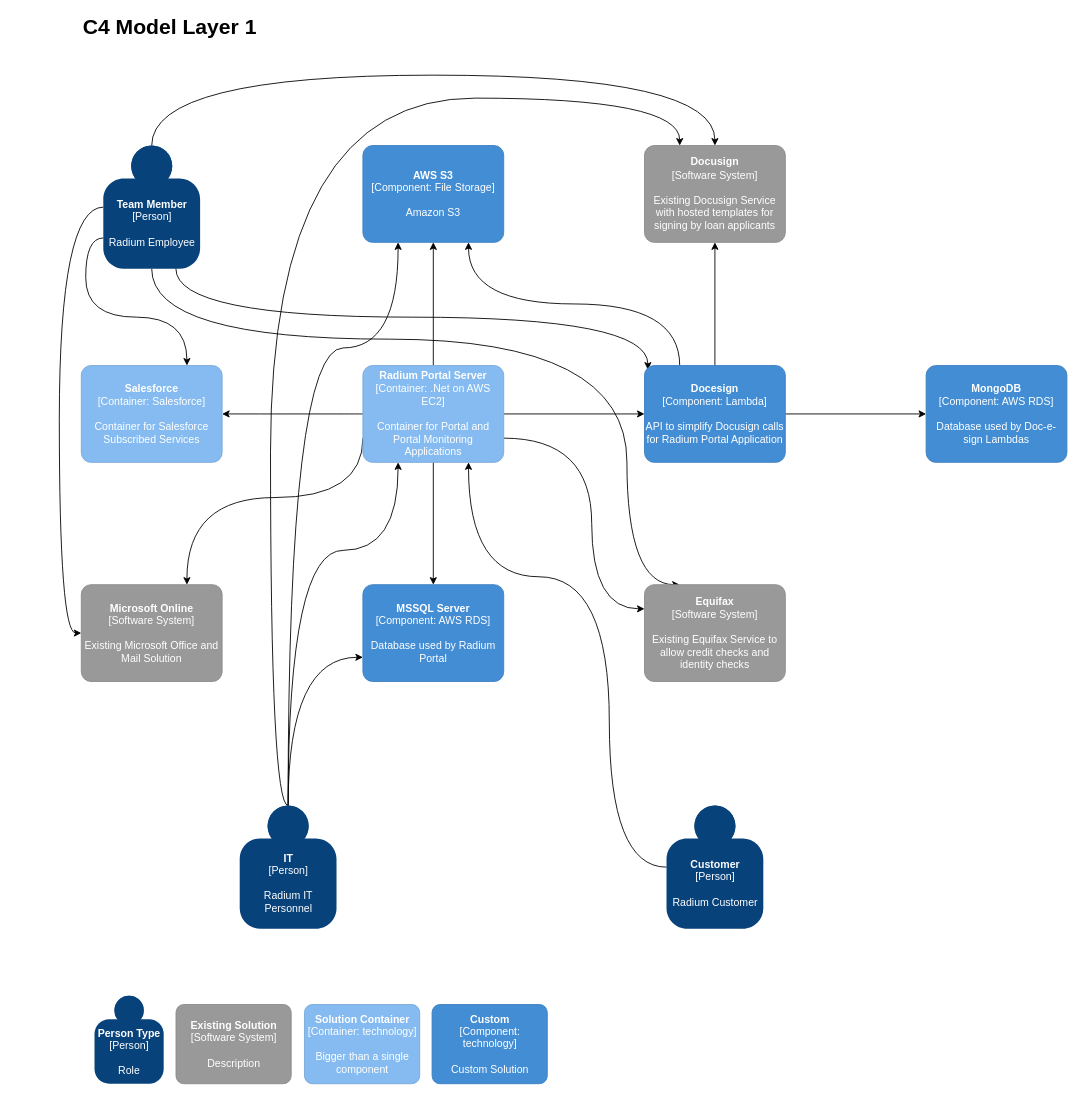
This is page "Layer 1" (1 of 2) of Untitled Diagram.drawio from holmesrg/testonly, a draw.io file, before an edit. Source tidied: cells renumbered, new cells numbered last; positions are measured from the earlier drawing's top-left corner, leaving out a move shared by most shapes. Both pictures are drawn from the tidied source at 88%, with x=0, y=0 at pixel (59, 18).
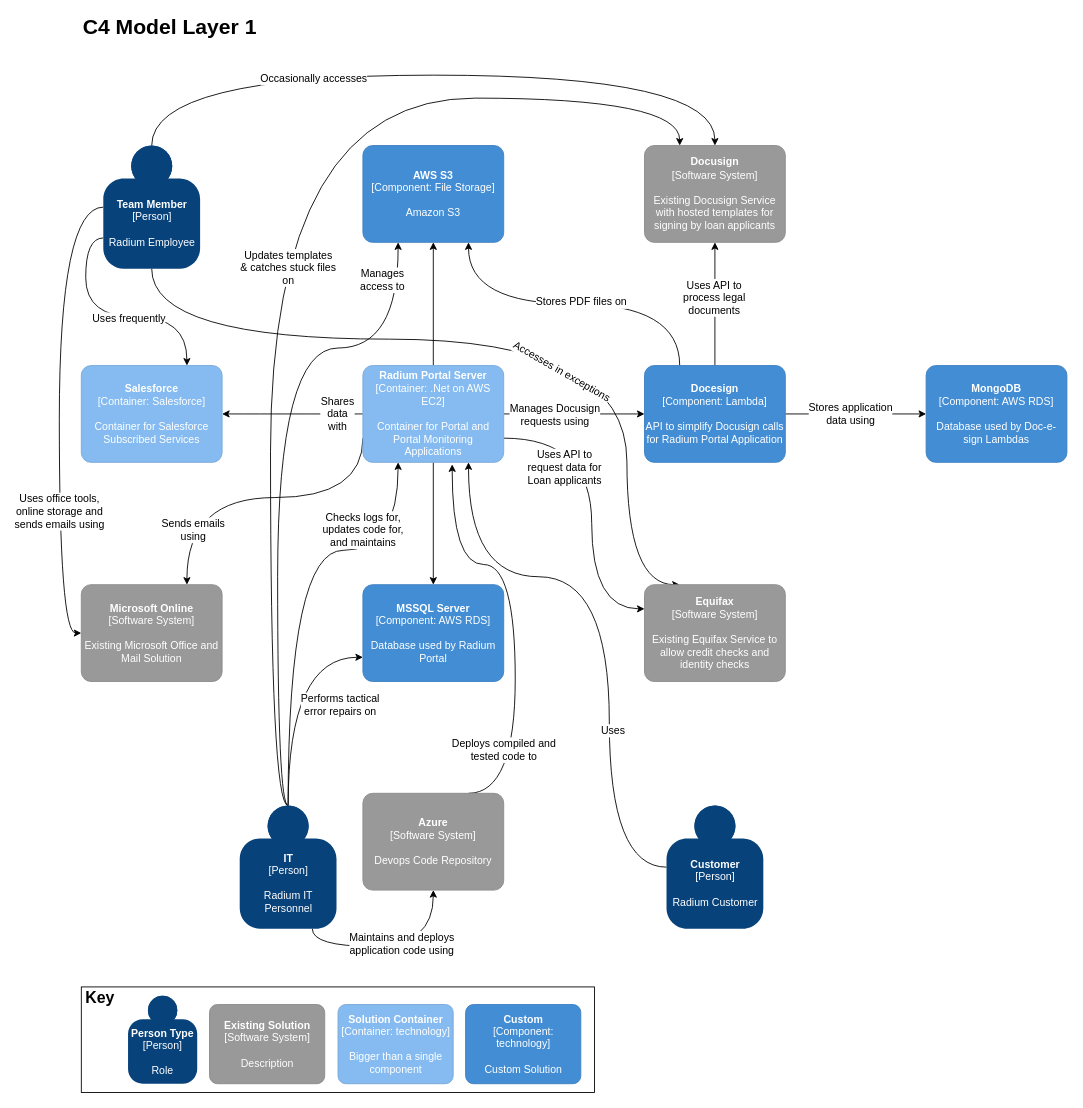
Above is the later version.

Unchanged cells that the change refers to:
```xml
<mxCell id="2" style="edgeStyle=orthogonalEdgeStyle;curved=1;rounded=0;jettySize=auto;html=1;exitX=0;exitY=0.75;exitDx=0;exitDy=0;exitPerimeter=0;entryX=0.75;entryY=0;entryDx=0;entryDy=0;entryPerimeter=0;startArrow=none;startFill=0;endArrow=classic;endFill=1;" parent="1" edge="1" source="7" target="16">
  <mxGeometry relative="1" as="geometry" />
</mxCell>
<mxCell id="3" style="edgeStyle=orthogonalEdgeStyle;curved=1;rounded=0;jettySize=auto;html=1;exitX=0.5;exitY=1;exitDx=0;exitDy=0;exitPerimeter=0;entryX=0.25;entryY=0;entryDx=0;entryDy=0;entryPerimeter=0;startArrow=none;startFill=0;endArrow=classic;endFill=1;" parent="1" edge="1" source="7" target="14">
  <mxGeometry relative="1" as="geometry">
    <Array as="points">
      <mxPoint x="104.9" y="363.9" />
      <mxPoint x="644.9" y="363.9" />
      <mxPoint x="644.9" y="642.9" />
    </Array>
  </mxGeometry>
</mxCell>
<mxCell id="5" style="edgeStyle=orthogonalEdgeStyle;curved=1;rounded=0;jettySize=auto;html=1;exitX=0.5;exitY=0;exitDx=0;exitDy=0;exitPerimeter=0;entryX=0.5;entryY=0;entryDx=0;entryDy=0;entryPerimeter=0;startArrow=none;startFill=0;endArrow=classic;endFill=1;" parent="1" edge="1" source="7" target="13">
  <mxGeometry relative="1" as="geometry">
    <Array as="points">
      <mxPoint x="104.9" y="63.9" />
      <mxPoint x="744.9" y="63.9" />
    </Array>
  </mxGeometry>
</mxCell>
<mxCell id="6" style="edgeStyle=orthogonalEdgeStyle;curved=1;rounded=0;jettySize=auto;html=1;exitX=0;exitY=0.5;exitDx=0;exitDy=0;exitPerimeter=0;entryX=0;entryY=0.5;entryDx=0;entryDy=0;entryPerimeter=0;startArrow=none;startFill=0;endArrow=classic;endFill=1;fontSize=24;" parent="1" edge="1" source="7" target="15">
  <mxGeometry relative="1" as="geometry">
    <Array as="points">
      <mxPoint x="-0.1" y="214" />
      <mxPoint x="-0.1" y="698" />
    </Array>
  </mxGeometry>
</mxCell>
<object id="7" label="&lt;b&gt;%c4Name%&lt;/b&gt;&lt;div&gt;[%c4Type%]&lt;/div&gt;&lt;br&gt;&lt;div&gt;%c4Description%&lt;/div&gt;" c4Description="Radium Employee" c4Name="Team Member" c4Type="Person" placeholders="1">
  <mxCell style="html=1;dashed=0;whitespace=wrap;fillColor=#08427b;strokeColor=none;fontColor=#ffffff;shape=mxgraph.c4.person;align=center;points=[[0.5,0,0],[1,0.5,0],[1,0.75,0],[0.75,1,0],[0.5,1,0],[0.25,1,0],[0,0.75,0],[0,0.5,0]];metaData={&quot;c4Type&quot;:{&quot;editable&quot;:false}};" parent="1" vertex="1">
    <mxGeometry x="49.9" y="143.9" width="110" height="140" as="geometry" />
  </mxCell>
</object>
<object id="8" label="&lt;b&gt;%c4Name%&lt;/b&gt;&lt;div&gt;[%c4Type%: %c4Technology%]&lt;/div&gt;&lt;br&gt;&lt;div&gt;%c4Description%&lt;/div&gt;" c4Description="Amazon S3" c4Name="AWS S3" c4Technology="File Storage" c4Type="Component" placeholders="1">
  <mxCell style="rounded=1;whiteSpace=wrap;html=1;labelBackgroundColor=none;fillColor=#438DD5;fontColor=#ffffff;align=center;arcSize=10;strokeColor=#3C7FC0;metaData={&quot;c4Type&quot;:{&quot;editable&quot;:false}};points=[[0.25,0,0],[0.5,0,0],[0.75,0,0],[1,0.25,0],[1,0.5,0],[1,0.75,0],[0.75,1,0],[0.5,1,0],[0.25,1,0],[0,0.75,0],[0,0.5,0],[0,0.25,0]];" parent="1" vertex="1">
    <mxGeometry x="344.9" y="143.9" width="160" height="110" as="geometry" />
  </mxCell>
</object>
<mxCell id="9" style="edgeStyle=orthogonalEdgeStyle;rounded=0;jettySize=auto;html=1;exitX=0.5;exitY=0;exitDx=0;exitDy=0;exitPerimeter=0;entryX=0.5;entryY=1;entryDx=0;entryDy=0;entryPerimeter=0;" parent="1" edge="1" source="12" target="13">
  <mxGeometry relative="1" as="geometry" />
</mxCell>
<mxCell id="10" style="edgeStyle=orthogonalEdgeStyle;rounded=0;jettySize=auto;html=1;exitX=1;exitY=0.5;exitDx=0;exitDy=0;exitPerimeter=0;" parent="1" edge="1" source="12" target="17">
  <mxGeometry relative="1" as="geometry" />
</mxCell>
<mxCell id="11" style="edgeStyle=orthogonalEdgeStyle;rounded=0;jettySize=auto;html=1;exitX=0.25;exitY=0;exitDx=0;exitDy=0;exitPerimeter=0;entryX=0.75;entryY=1;entryDx=0;entryDy=0;entryPerimeter=0;curved=1;" parent="1" edge="1" source="12" target="8">
  <mxGeometry relative="1" as="geometry" />
</mxCell>
<object id="12" label="&lt;b&gt;%c4Name%&lt;/b&gt;&lt;div&gt;[%c4Type%: %c4Technology%]&lt;/div&gt;&lt;br&gt;&lt;div&gt;%c4Description%&lt;/div&gt;" c4Description="API to simplify Docusign calls for Radium Portal Application" c4Name="Docesign" c4Technology="Lambda" c4Type="Component" placeholders="1">
  <mxCell style="rounded=1;whiteSpace=wrap;html=1;labelBackgroundColor=none;fillColor=#438DD5;fontColor=#ffffff;align=center;arcSize=10;strokeColor=#3C7FC0;metaData={&quot;c4Type&quot;:{&quot;editable&quot;:false}};points=[[0.25,0,0],[0.5,0,0],[0.75,0,0],[1,0.25,0],[1,0.5,0],[1,0.75,0],[0.75,1,0],[0.5,1,0],[0.25,1,0],[0,0.75,0],[0,0.5,0],[0,0.25,0]];" parent="1" vertex="1">
    <mxGeometry x="664.9" y="393.9" width="160" height="110" as="geometry" />
  </mxCell>
</object>
<mxCell id="20" style="edgeStyle=orthogonalEdgeStyle;rounded=0;jettySize=auto;html=1;exitX=1;exitY=0.5;exitDx=0;exitDy=0;exitPerimeter=0;" parent="1" edge="1" source="25" target="12">
  <mxGeometry relative="1" as="geometry" />
</mxCell>
<mxCell id="22" style="edgeStyle=orthogonalEdgeStyle;curved=1;rounded=0;jettySize=auto;html=1;exitX=1;exitY=0.75;exitDx=0;exitDy=0;exitPerimeter=0;entryX=0;entryY=0.25;entryDx=0;entryDy=0;entryPerimeter=0;" parent="1" edge="1" source="25" target="14">
  <mxGeometry relative="1" as="geometry">
    <Array as="points">
      <mxPoint x="604.9" y="476.9" />
      <mxPoint x="604.9" y="670.9" />
    </Array>
  </mxGeometry>
</mxCell>
<mxCell id="23" style="edgeStyle=orthogonalEdgeStyle;curved=1;rounded=0;jettySize=auto;html=1;exitX=0;exitY=0.5;exitDx=0;exitDy=0;exitPerimeter=0;entryX=1;entryY=0.5;entryDx=0;entryDy=0;entryPerimeter=0;startArrow=none;startFill=0;endArrow=classic;endFill=1;" parent="1" edge="1" source="25" target="16">
  <mxGeometry relative="1" as="geometry" />
</mxCell>
<mxCell id="24" style="edgeStyle=orthogonalEdgeStyle;curved=1;rounded=0;jettySize=auto;html=1;exitX=0;exitY=0.75;exitDx=0;exitDy=0;exitPerimeter=0;entryX=0.75;entryY=0;entryDx=0;entryDy=0;entryPerimeter=0;startArrow=none;startFill=0;endArrow=classic;endFill=1;" parent="1" edge="1" source="25" target="15">
  <mxGeometry relative="1" as="geometry">
    <Array as="points">
      <mxPoint x="344.9" y="543.9" />
      <mxPoint x="144.9" y="543.9" />
    </Array>
  </mxGeometry>
</mxCell>
<object id="25" label="&lt;b&gt;%c4Name%&lt;/b&gt;&lt;div&gt;[%c4Type%: %c4Technology%]&lt;/div&gt;&lt;br&gt;&lt;div&gt;%c4Description%&lt;/div&gt;" c4Description="Container for Portal and Portal Monitoring Applications" c4Name="Radium Portal Server" c4Technology=".Net on AWS EC2" c4Type="Container" placeholders="1">
  <mxCell style="rounded=1;whiteSpace=wrap;html=1;labelBackgroundColor=none;fillColor=#85BBF0;fontColor=#ffffff;align=center;arcSize=10;strokeColor=#78A8D8;metaData={&quot;c4Type&quot;:{&quot;editable&quot;:false}};points=[[0.25,0,0],[0.5,0,0],[0.75,0,0],[1,0.25,0],[1,0.5,0],[1,0.75,0],[0.75,1,0],[0.5,1,0],[0.25,1,0],[0,0.75,0],[0,0.5,0],[0,0.25,0]];" parent="1" vertex="1">
    <mxGeometry x="344.9" y="393.9" width="160" height="110" as="geometry" />
  </mxCell>
</object>
<mxCell id="26" style="edgeStyle=orthogonalEdgeStyle;curved=1;rounded=0;jettySize=auto;html=1;exitX=0;exitY=0.5;exitDx=0;exitDy=0;exitPerimeter=0;entryX=0.75;entryY=1;entryDx=0;entryDy=0;entryPerimeter=0;startArrow=none;startFill=0;endArrow=classic;endFill=1;" parent="1" edge="1" source="27" target="25">
  <mxGeometry relative="1" as="geometry">
    <Array as="points">
      <mxPoint x="624.9" y="963.9" />
      <mxPoint x="624.9" y="633.9" />
      <mxPoint x="464.9" y="633.9" />
    </Array>
  </mxGeometry>
</mxCell>
<mxCell id="28" style="edgeStyle=orthogonalEdgeStyle;curved=1;rounded=0;jettySize=auto;html=1;exitX=0.5;exitY=0;exitDx=0;exitDy=0;exitPerimeter=0;entryX=0;entryY=0.75;entryDx=0;entryDy=0;entryPerimeter=0;startArrow=none;startFill=0;endArrow=classic;endFill=1;" parent="1" edge="1" source="32" target="19">
  <mxGeometry relative="1" as="geometry" />
</mxCell>
<mxCell id="29" style="edgeStyle=orthogonalEdgeStyle;curved=1;rounded=0;jettySize=auto;html=1;exitX=0.5;exitY=0;exitDx=0;exitDy=0;exitPerimeter=0;entryX=0.25;entryY=1;entryDx=0;entryDy=0;entryPerimeter=0;startArrow=none;startFill=0;endArrow=classic;endFill=1;" parent="1" edge="1" source="32" target="25">
  <mxGeometry relative="1" as="geometry">
    <Array as="points">
      <mxPoint x="259.9" y="603.9" />
      <mxPoint x="384.9" y="603.9" />
    </Array>
  </mxGeometry>
</mxCell>
<mxCell id="31" style="edgeStyle=orthogonalEdgeStyle;curved=1;rounded=0;jettySize=auto;html=1;exitX=0.5;exitY=0;exitDx=0;exitDy=0;exitPerimeter=0;entryX=0.25;entryY=0;entryDx=0;entryDy=0;entryPerimeter=0;startArrow=none;startFill=0;endArrow=classic;endFill=1;" parent="1" edge="1" source="32" target="13">
  <mxGeometry relative="1" as="geometry">
    <Array as="points">
      <mxPoint x="239.9" y="894" />
      <mxPoint x="239.9" y="90" />
      <mxPoint x="704.9" y="90" />
    </Array>
  </mxGeometry>
</mxCell>
<object id="32" label="&lt;b&gt;%c4Name%&lt;/b&gt;&lt;div&gt;[%c4Type%]&lt;/div&gt;&lt;br&gt;&lt;div&gt;%c4Description%&lt;/div&gt;" c4Description="Radium IT&#10;Personnel" c4Name="IT" c4Type="Person" placeholders="1">
  <mxCell style="html=1;dashed=0;whitespace=wrap;fillColor=#08427b;strokeColor=none;fontColor=#ffffff;shape=mxgraph.c4.person;align=center;points=[[0.5,0,0],[1,0.5,0],[1,0.75,0],[0.75,1,0],[0.5,1,0],[0.25,1,0],[0,0.75,0],[0,0.5,0]];metaData={&quot;c4Type&quot;:{&quot;editable&quot;:false}};" parent="1" vertex="1">
    <mxGeometry x="204.9" y="893.9" width="110" height="140" as="geometry" />
  </mxCell>
</object>
```

What changed in the source:
```diff
@@
+    <mxCell id="38" style="rounded=0;whiteSpace=wrap;html=1;fontSize=12;align=left;fillColor=none;" parent="1" vertex="1">
+      <mxGeometry x="24.9" y="1100" width="583.1" height="120" as="geometry" />
+    </mxCell>
@@
+    <mxCell id="39" value="Uses frequently" style="edgeLabel;html=1;align=center;verticalAlign=middle;fontSize=12;" parent="2" vertex="1">
+      <mxGeometry x="-0.11" y="15" relative="1" as="geometry">
+        <mxPoint x="33.5" y="16.1" as="offset" />
+      </mxGeometry>
+    </mxCell>
@@
-    <mxCell id="4" style="edgeStyle=orthogonalEdgeStyle;curved=1;rounded=0;jettySize=auto;html=1;exitX=0.75;exitY=1;exitDx=0;exitDy=0;exitPerimeter=0;entryX=0.024;entryY=0.042;entryDx=0;entryDy=0;entryPerimeter=0;startArrow=none;startFill=0;endArrow=classic;endFill=1;" parent="1" edge="1" source="7" target="12">
-      <mxGeometry relative="1" as="geometry" />
-    </mxCell>
+    <mxCell id="40" value="Accesses in exceptions" style="edgeLabel;html=1;align=center;verticalAlign=middle;fontSize=12;rotation=30;" parent="3" vertex="1">
+      <mxGeometry x="0.09" y="-22" relative="1" as="geometry">
+        <mxPoint x="23.4" y="14.1" as="offset" />
+      </mxGeometry>
+    </mxCell>
@@
+    <mxCell id="41" value="Occasionally accesses" style="edgeLabel;html=1;align=center;verticalAlign=middle;fontSize=12;" parent="5" vertex="1">
+      <mxGeometry x="0.21" y="-4" relative="1" as="geometry">
+        <mxPoint x="-220.4" as="offset" />
+      </mxGeometry>
+    </mxCell>
@@
+    <mxCell id="42" value="Uses office tools,&lt;br&gt;online storage and&lt;br&gt;sends emails using" style="edgeLabel;html=1;align=center;verticalAlign=middle;fontSize=12;" parent="6" vertex="1">
+      <mxGeometry x="0.46" relative="1" as="geometry">
+        <mxPoint y="-12.1" as="offset" />
+      </mxGeometry>
+    </mxCell>
@@
+    <mxCell id="43" value="Uses API to&lt;br&gt;process legal&lt;br&gt;documents" style="edgeLabel;html=1;align=center;verticalAlign=middle;fontSize=12;" parent="9" vertex="1">
+      <mxGeometry x="0.08" y="1" relative="1" as="geometry">
+        <mxPoint y="-1" as="offset" />
+      </mxGeometry>
+    </mxCell>
@@
+    <mxCell id="44" value="Stores application&lt;br&gt;data using" style="edgeLabel;html=1;align=center;verticalAlign=middle;fontSize=12;" parent="10" vertex="1">
+      <mxGeometry x="-0.19" relative="1" as="geometry">
+        <mxPoint x="8.3" as="offset" />
+      </mxGeometry>
+    </mxCell>
@@
+    <mxCell id="45" value="Stores PDF files on" style="edgeLabel;html=1;align=center;verticalAlign=middle;fontSize=12;" parent="11" vertex="1">
+      <mxGeometry x="-0.04" y="-2" relative="1" as="geometry" />
+    </mxCell>
@@
+    <mxCell id="46" value="Manages Docusign&lt;br&gt;requests using" style="edgeLabel;html=1;align=center;verticalAlign=middle;fontSize=12;" parent="20" vertex="1">
+      <mxGeometry x="-0.28" y="-1" relative="1" as="geometry" />
+    </mxCell>
@@
+    <mxCell id="47" value="Uses API to&lt;br&gt;request data for&lt;br&gt;Loan applicants" style="edgeLabel;html=1;align=center;verticalAlign=middle;fontSize=12;" parent="22" vertex="1">
+      <mxGeometry x="-0.05" y="-2" relative="1" as="geometry">
+        <mxPoint x="-29.9" y="-34.7" as="offset" />
+      </mxGeometry>
+    </mxCell>
@@
+    <mxCell id="48" value="Shares&lt;br&gt;data&lt;br&gt;with" style="edgeLabel;html=1;align=center;verticalAlign=middle;fontSize=12;" parent="23" vertex="1">
+      <mxGeometry x="-0.49" y="-1" relative="1" as="geometry">
+        <mxPoint x="11.2" y="1" as="offset" />
+      </mxGeometry>
+    </mxCell>
@@
+    <mxCell id="49" value="Sends emails&lt;br&gt;using" style="edgeLabel;html=1;align=center;verticalAlign=middle;fontSize=12;" parent="24" vertex="1">
+      <mxGeometry x="0.77" y="7" relative="1" as="geometry">
+        <mxPoint y="-20" as="offset" />
+      </mxGeometry>
+    </mxCell>
@@
+    <mxCell id="50" value="Uses" style="edgeLabel;html=1;align=center;verticalAlign=middle;fontSize=12;" parent="26" vertex="1">
+      <mxGeometry x="0.03" y="20" relative="1" as="geometry">
+        <mxPoint x="23.1" y="132.8" as="offset" />
+      </mxGeometry>
+    </mxCell>
@@
+    <mxCell id="51" value="Performs tactical&lt;br&gt;error repairs on" style="edgeLabel;html=1;align=center;verticalAlign=middle;fontSize=12;" parent="28" vertex="1">
+      <mxGeometry x="-0.16" y="-13" relative="1" as="geometry">
+        <mxPoint x="45.1" y="-8.1" as="offset" />
+      </mxGeometry>
+    </mxCell>
@@
+    <mxCell id="52" value="Checks logs for,&lt;br&gt;updates code for,&lt;br&gt;and maintains" style="edgeLabel;html=1;align=center;verticalAlign=middle;fontSize=12;" parent="29" vertex="1">
+      <mxGeometry x="0.4" y="-2" relative="1" as="geometry">
+        <mxPoint x="13.8" y="-25.9" as="offset" />
+      </mxGeometry>
+    </mxCell>
     <mxCell id="30" style="edgeStyle=orthogonalEdgeStyle;curved=1;rounded=0;jettySize=auto;html=1;exitX=0.5;exitY=0;exitDx=0;exitDy=0;exitPerimeter=0;entryX=0.25;entryY=1;entryDx=0;entryDy=0;entryPerimeter=0;startArrow=none;startFill=0;endArrow=classic;endFill=1;" parent="1" edge="1" source="32" target="8">
       <mxGeometry relative="1" as="geometry">
         <Array as="points">
-          <mxPoint x="259.9" y="373.9" />
-          <mxPoint x="384.9" y="373.9" />
+          <mxPoint x="248" y="894" />
+          <mxPoint x="248" y="374" />
+          <mxPoint x="385" y="374" />
         </Array>
       </mxGeometry>
     </mxCell>
+    <mxCell id="53" value="Manages&lt;br&gt;access&amp;nbsp;to" style="edgeLabel;html=1;align=center;verticalAlign=middle;fontSize=12;" parent="30" vertex="1">
+      <mxGeometry x="0.24" y="-27" relative="1" as="geometry">
+        <mxPoint x="91.1" y="-119.8" as="offset" />
+      </mxGeometry>
+    </mxCell>
@@
+    <mxCell id="54" value="Updates templates&lt;br&gt;&amp;amp; catches stuck files&lt;br&gt;on" style="edgeLabel;html=1;align=center;verticalAlign=middle;fontSize=12;" parent="31" vertex="1">
+      <mxGeometry x="0.03" y="-42" relative="1" as="geometry">
+        <mxPoint x="-22" y="60.6" as="offset" />
+      </mxGeometry>
+    </mxCell>
+    <mxCell id="55" style="edgeStyle=orthogonalEdgeStyle;curved=1;rounded=0;jettySize=auto;html=1;exitX=0.75;exitY=1;exitDx=0;exitDy=0;exitPerimeter=0;entryX=0.5;entryY=1;entryDx=0;entryDy=0;entryPerimeter=0;startArrow=none;startFill=0;endArrow=classic;endFill=1;fontSize=12;" parent="1" edge="1" source="32" target="59">
+      <mxGeometry relative="1" as="geometry" />
+    </mxCell>
+    <mxCell id="56" value="Maintains and deploys&lt;br&gt;application&amp;nbsp;code using" style="edgeLabel;html=1;align=center;verticalAlign=middle;fontSize=12;" parent="55" vertex="1">
+      <mxGeometry x="-0.41" y="-4" relative="1" as="geometry">
+        <mxPoint x="55.9" y="-7.9" as="offset" />
+      </mxGeometry>
+    </mxCell>
@@
     <object id="33" label="&lt;b&gt;%c4Name%&lt;/b&gt;&lt;div&gt;[%c4Type%]&lt;/div&gt;&lt;br&gt;&lt;div&gt;%c4Description%&lt;/div&gt;" c4Description="Description" c4Name="Existing Solution" c4Type="Software System" placeholders="1">
       <mxCell style="rounded=1;whiteSpace=wrap;html=1;labelBackgroundColor=none;fillColor=#999999;fontColor=#ffffff;align=center;arcSize=10;strokeColor=#8A8A8A;metaData={&quot;c4Type&quot;:{&quot;editable&quot;:false}};" parent="1" vertex="1">
-        <mxGeometry x="132.5" y="1120" width="130.9" height="90" as="geometry" />
+        <mxGeometry x="170.6" y="1120" width="130.9" height="90" as="geometry" />
       </mxCell>
     </object>
     <object id="34" label="&lt;b&gt;%c4Name%&lt;/b&gt;&lt;div&gt;[%c4Type%: %c4Technology%]&lt;/div&gt;&lt;br&gt;&lt;div&gt;%c4Description%&lt;/div&gt;" c4Description="Custom Solution" c4Name="Custom" c4Technology="technology" c4Type="Component" placeholders="1">
       <mxCell style="rounded=1;whiteSpace=wrap;html=1;labelBackgroundColor=none;fillColor=#438DD5;fontColor=#ffffff;align=center;arcSize=10;strokeColor=#3C7FC0;metaData={&quot;c4Type&quot;:{&quot;editable&quot;:false}};" parent="1" vertex="1">
-        <mxGeometry x="423.5" y="1120" width="130.9" height="90" as="geometry" />
+        <mxGeometry x="461.6" y="1120" width="130.9" height="90" as="geometry" />
       </mxCell>
     </object>
     <object id="35" label="&lt;b&gt;%c4Name%&lt;/b&gt;&lt;div&gt;[%c4Type%: %c4Technology%]&lt;/div&gt;&lt;br&gt;&lt;div&gt;%c4Description%&lt;/div&gt;" c4Description="Bigger than a single component" c4Name="Solution Container" c4Technology="technology" c4Type="Container" placeholders="1">
       <mxCell style="rounded=1;whiteSpace=wrap;html=1;labelBackgroundColor=none;fillColor=#85BBF0;fontColor=#ffffff;align=center;arcSize=10;strokeColor=#78A8D8;metaData={&quot;c4Type&quot;:{&quot;editable&quot;:false}};" parent="1" vertex="1">
-        <mxGeometry x="278.5" y="1120" width="130.9" height="90" as="geometry" />
+        <mxGeometry x="316.6" y="1120" width="130.9" height="90" as="geometry" />
       </mxCell>
     </object>
     <object id="36" label="&lt;b&gt;%c4Name%&lt;/b&gt;&lt;div&gt;[%c4Type%]&lt;/div&gt;&lt;br&gt;&lt;div&gt;%c4Description%&lt;/div&gt;" c4Description="Role" c4Name="Person Type" c4Type="Person" placeholders="1">
       <mxCell style="html=1;dashed=0;whitespace=wrap;fillColor=#08427b;strokeColor=none;fontColor=#ffffff;shape=mxgraph.c4.person;align=center;metaData={&quot;c4Type&quot;:{&quot;editable&quot;:false}};" parent="1" vertex="1">
-        <mxGeometry x="39.9" y="1110" width="78.6" height="100" as="geometry" />
+        <mxGeometry x="78" y="1110" width="78.6" height="100" as="geometry" />
       </mxCell>
     </object>
@@
+    <mxCell id="57" style="edgeStyle=orthogonalEdgeStyle;curved=1;rounded=0;jettySize=auto;html=1;exitX=0.75;exitY=0;exitDx=0;exitDy=0;exitPerimeter=0;entryX=0.634;entryY=1.021;entryDx=0;entryDy=0;entryPerimeter=0;startArrow=none;startFill=0;endArrow=classic;endFill=1;fontSize=12;" parent="1" edge="1" source="59" target="25">
+      <mxGeometry relative="1" as="geometry">
+        <Array as="points">
+          <mxPoint x="518" y="880" />
+          <mxPoint x="518" y="620" />
+          <mxPoint x="446" y="620" />
+        </Array>
+      </mxGeometry>
+    </mxCell>
+    <mxCell id="58" value="Deploys compiled and&lt;br&gt;tested code to" style="edgeLabel;html=1;align=center;verticalAlign=middle;fontSize=12;" parent="57" vertex="1">
+      <mxGeometry x="-0.43" y="2" relative="1" as="geometry">
+        <mxPoint x="-11.1" y="39.2" as="offset" />
+      </mxGeometry>
+    </mxCell>
+    <object id="59" label="&lt;b&gt;%c4Name%&lt;/b&gt;&lt;div&gt;[%c4Type%]&lt;/div&gt;&lt;br&gt;&lt;div&gt;%c4Description%&lt;/div&gt;" c4Description="Devops Code Repository" c4Name="Azure" c4Type="Software System" placeholders="1">
+      <mxCell style="rounded=1;whiteSpace=wrap;html=1;labelBackgroundColor=none;fillColor=#999999;fontColor=#ffffff;align=center;arcSize=10;strokeColor=#8A8A8A;metaData={&quot;c4Type&quot;:{&quot;editable&quot;:false}};points=[[0.25,0,0],[0.5,0,0],[0.75,0,0],[1,0.25,0],[1,0.5,0],[1,0.75,0],[0.75,1,0],[0.5,1,0],[0.25,1,0],[0,0.75,0],[0,0.5,0],[0,0.25,0]];" parent="1" vertex="1">
+        <mxGeometry x="344.9" y="880" width="160" height="110" as="geometry" />
+      </mxCell>
+    </object>
+    <mxCell id="60" value="Key" style="edgeLabel;html=1;align=left;verticalAlign=middle;fontSize=18;fontStyle=1;" parent="1" vertex="1">
+      <mxGeometry x="28" y="1113" as="geometry">
+        <mxPoint y="-1" as="offset" />
+      </mxGeometry>
+    </mxCell>
```
